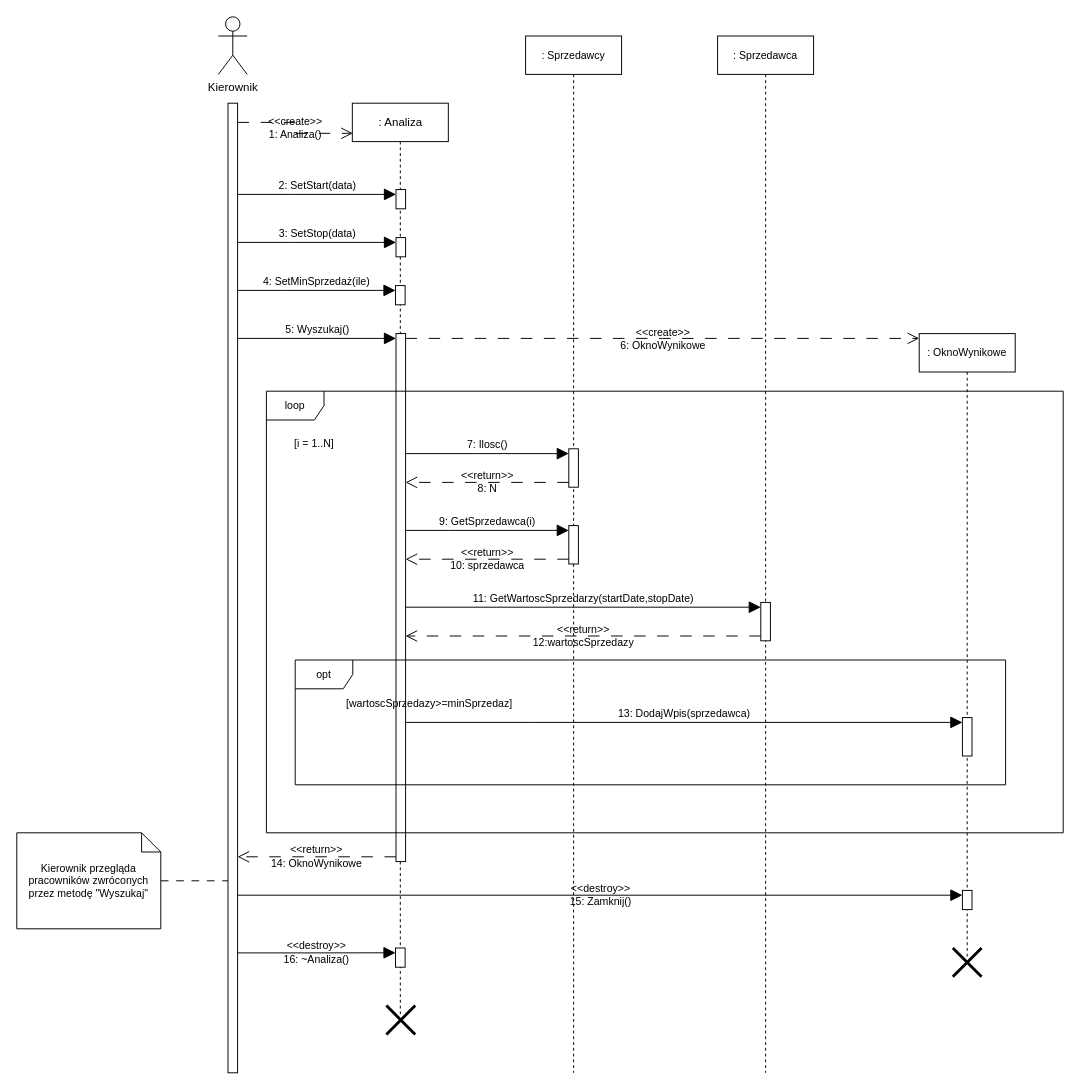
Dziecky/UML keeps this draw.io diagram as Diagram przebiegu wejściówka.drawio. Above is the earlier version. Source tidied: cells renumbered, new cells numbered last; positions are measured from the earlier drawing's top-left corner, leaving out a move shared by most shapes. Both pictures are drawn from the tidied source at 96%, with x=0, y=0 at pixel (16, 16).
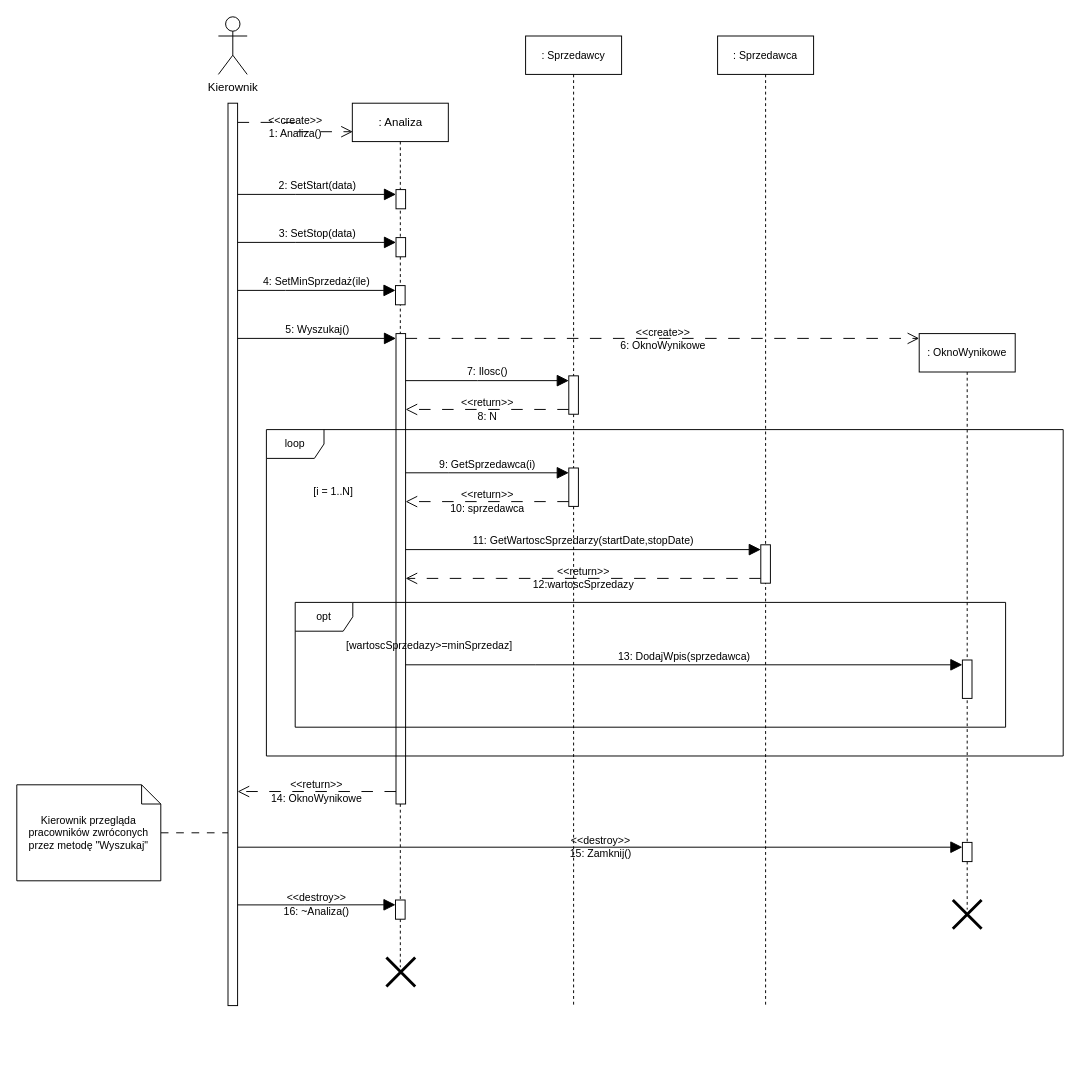
The same diagram, later.

What changed in the source:
```diff
@@
     <mxCell id="4" style="html=1;points=[[0,0,0,0,5],[0,1,0,0,-5],[1,0,0,0,5],[1,1,0,0,-5]];perimeter=orthogonalPerimeter;outlineConnect=0;targetShapes=umlLifeline;portConstraint=eastwest;newEdgeStyle={&quot;curved&quot;:0,&quot;rounded&quot;:0};" parent="1" vertex="1">
-      <mxGeometry x="220" y="90" width="10" height="1010" as="geometry" />
+      <mxGeometry x="220" y="90" width="10" height="940" as="geometry" />
     </mxCell>
     <mxCell id="5" value=": Analiza" style="shape=umlLifeline;perimeter=lifelinePerimeter;whiteSpace=wrap;html=1;outlineConnect=0;portConstraint=eastwest;newEdgeStyle={&quot;curved&quot;:0,&quot;rounded&quot;:0};" parent="1" vertex="1">
-      <mxGeometry x="349.5" y="90" width="100" height="950" as="geometry" />
+      <mxGeometry x="349.5" y="90" width="100" height="900" as="geometry" />
     </mxCell>
@@
     <mxCell id="10" style="html=1;points=[[0,0,0,0,5],[0,1,0,0,-5],[1,0,0,0,5],[1,1,0,0,-5]];perimeter=orthogonalPerimeter;outlineConnect=0;targetShapes=umlLifeline;portConstraint=eastwest;newEdgeStyle={&quot;curved&quot;:0,&quot;rounded&quot;:0};fontFamily=Helvetica;fontSize=11;fontColor=default;labelBackgroundColor=none;" parent="5" vertex="1">
-      <mxGeometry x="45.5" y="240" width="10" height="550" as="geometry" />
+      <mxGeometry x="45.5" y="240" width="10" height="490" as="geometry" />
     </mxCell>
     <mxCell id="11" style="html=1;points=[[0,0,0,0,5],[0,1,0,0,-5],[1,0,0,0,5],[1,1,0,0,-5]];perimeter=orthogonalPerimeter;outlineConnect=0;targetShapes=umlLifeline;portConstraint=eastwest;newEdgeStyle={&quot;curved&quot;:0,&quot;rounded&quot;:0};" parent="5" vertex="1">
-      <mxGeometry x="45" y="880" width="10" height="20" as="geometry" />
+      <mxGeometry x="45" y="830" width="10" height="20" as="geometry" />
     </mxCell>
@@
     <mxCell id="16" value=": Sprzedawcy" style="shape=umlLifeline;perimeter=lifelinePerimeter;whiteSpace=wrap;html=1;newEdgeStyle={&quot;curved&quot;:0,&quot;rounded&quot;:0};fontFamily=Helvetica;fontSize=11;fontColor=default;labelBackgroundColor=none;" parent="1" vertex="1">
-      <mxGeometry x="530" y="20" width="100" height="1080" as="geometry" />
+      <mxGeometry x="530" y="20" width="100" height="1010" as="geometry" />
     </mxCell>
-    <mxCell id="17" style="html=1;points=[[0,0,0,0,5],[0,1,0,0,-5],[1,0,0,0,5],[1,1,0,0,-5]];perimeter=orthogonalPerimeter;outlineConnect=0;targetShapes=umlLifeline;portConstraint=eastwest;newEdgeStyle={&quot;curved&quot;:0,&quot;rounded&quot;:0};fontFamily=Helvetica;fontSize=11;fontColor=default;labelBackgroundColor=none;" parent="16" vertex="1">
-      <mxGeometry x="45" y="430" width="10" height="40" as="geometry" />
-    </mxCell>
-    <mxCell id="18" style="html=1;points=[[0,0,0,0,5],[0,1,0,0,-5],[1,0,0,0,5],[1,1,0,0,-5]];perimeter=orthogonalPerimeter;outlineConnect=0;targetShapes=umlLifeline;portConstraint=eastwest;newEdgeStyle={&quot;curved&quot;:0,&quot;rounded&quot;:0};fontFamily=Helvetica;fontSize=11;fontColor=default;labelBackgroundColor=none;" parent="16" vertex="1">
-      <mxGeometry x="45" y="510" width="10" height="40" as="geometry" />
-    </mxCell>
-    <mxCell id="19" value="7: Ilosc()" style="edgeStyle=orthogonalEdgeStyle;curved=0;rounded=0;jettySize=auto;html=1;entryX=0;entryY=0;entryDx=0;entryDy=5;entryPerimeter=0;strokeColor=default;align=center;verticalAlign=bottom;fontFamily=Helvetica;fontSize=11;fontColor=default;labelBackgroundColor=none;endArrow=block;endFill=1;endSize=10;" parent="16" edge="1" target="17">
-      <mxGeometry relative="1" as="geometry">
-        <mxPoint x="-125" y="435" as="sourcePoint" />
-        <Array as="points">
-          <mxPoint x="-50" y="435" />
-          <mxPoint x="-50" y="435" />
-        </Array>
-      </mxGeometry>
-    </mxCell>
-    <mxCell id="20" value="&amp;lt;&amp;lt;return&amp;gt;&amp;gt;&lt;div&gt;8: N&lt;/div&gt;" style="edgeStyle=orthogonalEdgeStyle;curved=0;rounded=0;jettySize=auto;html=1;exitX=0;exitY=1;exitDx=0;exitDy=-5;exitPerimeter=0;strokeColor=default;align=center;verticalAlign=middle;fontFamily=Helvetica;fontSize=11;fontColor=default;labelBackgroundColor=none;endArrow=open;endFill=0;endSize=10;dashed=1;dashPattern=12 12;" parent="16" edge="1" source="17">
-      <mxGeometry relative="1" as="geometry">
-        <mxPoint x="-125" y="465" as="targetPoint" />
-        <Array as="points">
-          <mxPoint x="-10" y="465" />
-          <mxPoint x="-10" y="465" />
-        </Array>
-      </mxGeometry>
-    </mxCell>
-    <mxCell id="21" value="9: GetSprzedawca(i)" style="edgeStyle=orthogonalEdgeStyle;curved=0;rounded=0;jettySize=auto;html=1;entryX=0;entryY=0;entryDx=0;entryDy=5;entryPerimeter=0;strokeColor=default;align=center;verticalAlign=bottom;fontFamily=Helvetica;fontSize=11;fontColor=default;labelBackgroundColor=none;endArrow=block;endFill=1;endSize=10;" parent="16" edge="1" target="18">
-      <mxGeometry relative="1" as="geometry">
-        <mxPoint x="-125" y="515" as="sourcePoint" />
-        <Array as="points">
-          <mxPoint x="-80" y="515" />
-          <mxPoint x="-80" y="515" />
-        </Array>
-      </mxGeometry>
-    </mxCell>
     <mxCell id="22" value=": Sprzedawca" style="shape=umlLifeline;perimeter=lifelinePerimeter;whiteSpace=wrap;html=1;newEdgeStyle={&quot;curved&quot;:0,&quot;rounded&quot;:0};fontFamily=Helvetica;fontSize=11;fontColor=default;labelBackgroundColor=none;" parent="1" vertex="1">
-      <mxGeometry x="730" y="20" width="100" height="1080" as="geometry" />
+      <mxGeometry x="730" y="20" width="100" height="1010" as="geometry" />
     </mxCell>
     <mxCell id="23" value=": OknoWynikowe" style="shape=umlLifeline;perimeter=lifelinePerimeter;whiteSpace=wrap;html=1;newEdgeStyle={&quot;curved&quot;:0,&quot;rounded&quot;:0};fontFamily=Helvetica;fontSize=11;fontColor=default;labelBackgroundColor=none;" parent="1" vertex="1">
-      <mxGeometry x="940" y="330" width="100" height="650" as="geometry" />
+      <mxGeometry x="940" y="330" width="100" height="600" as="geometry" />
     </mxCell>
     <mxCell id="24" style="html=1;points=[[0,0,0,0,5],[0,1,0,0,-5],[1,0,0,0,5],[1,1,0,0,-5]];perimeter=orthogonalPerimeter;outlineConnect=0;targetShapes=umlLifeline;portConstraint=eastwest;newEdgeStyle={&quot;curved&quot;:0,&quot;rounded&quot;:0};" parent="23" vertex="1">
-      <mxGeometry x="45" y="580" width="10" height="20" as="geometry" />
+      <mxGeometry x="45" y="530" width="10" height="20" as="geometry" />
     </mxCell>
     <mxCell id="25" value="loop" style="shape=umlFrame;whiteSpace=wrap;html=1;fontFamily=Helvetica;fontSize=11;fontColor=default;labelBackgroundColor=none;" parent="1" vertex="1">
-      <mxGeometry x="260" y="390" width="830" height="460" as="geometry" />
+      <mxGeometry x="260" y="430" width="830" height="340" as="geometry" />
     </mxCell>
     <mxCell id="26" value="[i = 1..N]" style="text;strokeColor=none;align=center;fillColor=none;html=1;verticalAlign=middle;whiteSpace=wrap;rounded=0;fontFamily=Helvetica;fontSize=11;fontColor=default;labelBackgroundColor=none;" parent="1" vertex="1">
-      <mxGeometry x="280" y="430" width="60" height="30" as="geometry" />
+      <mxGeometry x="300" y="480" width="60" height="30" as="geometry" />
     </mxCell>
-    <mxCell id="27" value="&amp;lt;&amp;lt;return&amp;gt;&amp;gt;&lt;div&gt;10: sprzedawca&lt;/div&gt;" style="edgeStyle=orthogonalEdgeStyle;curved=0;rounded=0;jettySize=auto;html=1;exitX=0;exitY=1;exitDx=0;exitDy=-5;exitPerimeter=0;strokeColor=default;align=center;verticalAlign=middle;fontFamily=Helvetica;fontSize=11;fontColor=default;labelBackgroundColor=none;endArrow=open;endFill=0;endSize=10;dashed=1;dashPattern=12 12;" parent="1" edge="1" source="18" target="10">
-      <mxGeometry relative="1" as="geometry">
-        <Array as="points">
-          <mxPoint x="440" y="565" />
-          <mxPoint x="440" y="565" />
-        </Array>
-      </mxGeometry>
-    </mxCell>
-    <mxCell id="28" value="&amp;lt;&amp;lt;return&amp;gt;&amp;gt;&lt;div&gt;12:wartoscSprzedazy&lt;/div&gt;" style="edgeStyle=orthogonalEdgeStyle;curved=0;rounded=0;jettySize=auto;html=1;exitX=0;exitY=1;exitDx=0;exitDy=-5;exitPerimeter=0;strokeColor=default;align=center;verticalAlign=middle;fontFamily=Helvetica;fontSize=11;fontColor=default;labelBackgroundColor=none;endArrow=open;endFill=0;endSize=10;dashed=1;dashPattern=12 12;" parent="1" edge="1" source="29" target="10">
-      <mxGeometry relative="1" as="geometry">
-        <Array as="points">
-          <mxPoint x="500" y="645" />
-          <mxPoint x="500" y="645" />
-        </Array>
-      </mxGeometry>
-    </mxCell>
-    <mxCell id="29" style="html=1;points=[[0,0,0,0,5],[0,1,0,0,-5],[1,0,0,0,5],[1,1,0,0,-5]];perimeter=orthogonalPerimeter;outlineConnect=0;targetShapes=umlLifeline;portConstraint=eastwest;newEdgeStyle={&quot;curved&quot;:0,&quot;rounded&quot;:0};fontFamily=Helvetica;fontSize=11;fontColor=default;labelBackgroundColor=none;" parent="1" vertex="1">
-      <mxGeometry x="775" y="610" width="10" height="40" as="geometry" />
-    </mxCell>
-    <mxCell id="30" value="11: GetWartoscSprzedarzy(startDate,stopDate)" style="edgeStyle=orthogonalEdgeStyle;curved=0;rounded=0;jettySize=auto;html=1;entryX=0;entryY=0;entryDx=0;entryDy=5;entryPerimeter=0;strokeColor=default;align=center;verticalAlign=bottom;fontFamily=Helvetica;fontSize=11;fontColor=default;labelBackgroundColor=none;endArrow=block;endFill=1;endSize=10;" parent="1" edge="1" source="10" target="29">
-      <mxGeometry relative="1" as="geometry">
-        <Array as="points">
-          <mxPoint x="500" y="615" />
-          <mxPoint x="500" y="615" />
-        </Array>
-      </mxGeometry>
-    </mxCell>
     <mxCell id="31" style="html=1;points=[[0,0,0,0,5],[0,1,0,0,-5],[1,0,0,0,5],[1,1,0,0,-5]];perimeter=orthogonalPerimeter;outlineConnect=0;targetShapes=umlLifeline;portConstraint=eastwest;newEdgeStyle={&quot;curved&quot;:0,&quot;rounded&quot;:0};fontFamily=Helvetica;fontSize=11;fontColor=default;labelBackgroundColor=none;" parent="1" vertex="1">
-      <mxGeometry x="985" y="730" width="10" height="40" as="geometry" />
+      <mxGeometry x="985" y="670" width="10" height="40" as="geometry" />
     </mxCell>
     <mxCell id="32" value="opt" style="shape=umlFrame;whiteSpace=wrap;html=1;fontFamily=Helvetica;fontSize=11;fontColor=default;labelBackgroundColor=none;" parent="1" vertex="1">
-      <mxGeometry x="290" y="670" width="740" height="130" as="geometry" />
+      <mxGeometry x="290" y="610" width="740" height="130" as="geometry" />
     </mxCell>
     <mxCell id="33" value="[wartoscSprzedazy&amp;gt;=minSprzedaz]" style="text;strokeColor=none;align=center;fillColor=none;html=1;verticalAlign=middle;whiteSpace=wrap;rounded=0;fontFamily=Helvetica;fontSize=11;fontColor=default;labelBackgroundColor=none;" parent="1" vertex="1">
-      <mxGeometry x="340" y="700" width="180" height="30" as="geometry" />
+      <mxGeometry x="340" y="640" width="180" height="30" as="geometry" />
     </mxCell>
-    <mxCell id="34" value="13: DodajWpis(sprzedawca)" style="edgeStyle=orthogonalEdgeStyle;curved=0;rounded=0;jettySize=auto;html=1;entryX=0;entryY=0;entryDx=0;entryDy=5;entryPerimeter=0;strokeColor=default;align=center;verticalAlign=bottom;fontFamily=Helvetica;fontSize=11;fontColor=default;labelBackgroundColor=none;endArrow=block;endFill=1;endSize=10;" parent="1" edge="1" source="10" target="31">
+    <mxCell id="34" value="13: DodajWpis(sprzedawca)" style="edgeStyle=orthogonalEdgeStyle;curved=0;rounded=0;jettySize=auto;html=1;entryX=0;entryY=0;entryDx=0;entryDy=5;entryPerimeter=0;strokeColor=default;align=center;verticalAlign=bottom;fontFamily=Helvetica;fontSize=11;fontColor=default;labelBackgroundColor=none;endArrow=block;endFill=1;endSize=10;" parent="1" edge="1" target="31">
       <mxGeometry relative="1" as="geometry">
+        <mxPoint x="405" y="675" as="sourcePoint" />
         <Array as="points">
-          <mxPoint x="540" y="735" />
-          <mxPoint x="540" y="735" />
+          <mxPoint x="540" y="675" />
+          <mxPoint x="540" y="675" />
         </Array>
       </mxGeometry>
     </mxCell>
-    <mxCell id="35" value="&amp;lt;&amp;lt;return&amp;gt;&amp;gt;&lt;div&gt;14: OknoWynikowe&lt;/div&gt;" style="edgeStyle=orthogonalEdgeStyle;curved=0;rounded=0;jettySize=auto;html=1;exitX=0;exitY=1;exitDx=0;exitDy=-5;exitPerimeter=0;strokeColor=default;align=center;verticalAlign=middle;fontFamily=Helvetica;fontSize=11;fontColor=default;labelBackgroundColor=none;endArrow=open;endFill=0;endSize=10;dashed=1;dashPattern=12 12;" parent="1" edge="1" source="10" target="4">
+    <mxCell id="35" value="&amp;lt;&amp;lt;return&amp;gt;&amp;gt;&lt;div&gt;14: OknoWynikowe&lt;/div&gt;" style="edgeStyle=orthogonalEdgeStyle;curved=0;rounded=0;orthogonalLoop=1;jettySize=auto;html=1;exitX=0;exitY=1;exitDx=0;exitDy=-5;exitPerimeter=0;strokeColor=default;align=center;verticalAlign=middle;fontFamily=Helvetica;fontSize=11;fontColor=default;labelBackgroundColor=none;endArrow=open;endFill=0;endSize=10;dashed=1;dashPattern=12 12;" parent="1" edge="1">
       <mxGeometry relative="1" as="geometry">
+        <mxPoint x="395" y="807" as="sourcePoint" />
+        <mxPoint x="230" y="807" as="targetPoint" />
         <Array as="points">
-          <mxPoint x="310" y="875" />
-          <mxPoint x="310" y="875" />
+          <mxPoint x="310" y="807" />
+          <mxPoint x="310" y="807" />
         </Array>
       </mxGeometry>
     </mxCell>
-    <mxCell id="36" style="edgeStyle=orthogonalEdgeStyle;curved=0;rounded=0;jettySize=auto;html=1;strokeColor=default;align=center;verticalAlign=bottom;fontFamily=Helvetica;fontSize=11;fontColor=default;labelBackgroundColor=none;endArrow=none;endFill=0;endSize=10;dashed=1;dashPattern=8 8;" parent="1" edge="1" source="37" target="4">
+    <mxCell id="36" style="edgeStyle=orthogonalEdgeStyle;curved=0;rounded=0;jettySize=auto;html=1;strokeColor=default;align=center;verticalAlign=bottom;fontFamily=Helvetica;fontSize=11;fontColor=default;labelBackgroundColor=none;endArrow=none;endFill=0;endSize=10;dashed=1;dashPattern=8 8;" parent="1" edge="1" source="37">
       <mxGeometry relative="1" as="geometry">
+        <mxPoint x="220" y="850" as="targetPoint" />
         <Array as="points">
-          <mxPoint x="180" y="900" />
-          <mxPoint x="180" y="900" />
+          <mxPoint x="180" y="850" />
+          <mxPoint x="180" y="850" />
         </Array>
       </mxGeometry>
     </mxCell>
     <mxCell id="37" value="Kierownik przegląda pracowników zwróconych przez metodę &quot;Wyszukaj&quot;" style="shape=note;size=20;whiteSpace=wrap;html=1;fontFamily=Helvetica;fontSize=11;fontColor=default;labelBackgroundColor=none;" parent="1" vertex="1">
-      <mxGeometry y="850" width="150" height="100" as="geometry" />
+      <mxGeometry y="800" width="150" height="100" as="geometry" />
     </mxCell>
-    <mxCell id="38" value="&amp;lt;&amp;lt;destroy&amp;gt;&amp;gt;&lt;div&gt;15: Zamknij()&lt;/div&gt;" style="edgeStyle=orthogonalEdgeStyle;curved=0;rounded=0;jettySize=auto;html=1;entryX=0;entryY=0;entryDx=0;entryDy=5;entryPerimeter=0;strokeColor=default;align=center;verticalAlign=middle;fontFamily=Helvetica;fontSize=11;fontColor=default;labelBackgroundColor=none;endArrow=block;endFill=1;endSize=10;" parent="1" edge="1" source="4" target="24">
+    <mxCell id="38" value="&amp;lt;&amp;lt;destroy&amp;gt;&amp;gt;&lt;div&gt;15: Zamknij()&lt;/div&gt;" style="edgeStyle=orthogonalEdgeStyle;curved=0;rounded=0;jettySize=auto;html=1;entryX=0;entryY=0;entryDx=0;entryDy=5;entryPerimeter=0;strokeColor=default;align=center;verticalAlign=middle;fontFamily=Helvetica;fontSize=11;fontColor=default;labelBackgroundColor=none;endArrow=block;endFill=1;endSize=10;" parent="1" edge="1" target="24">
       <mxGeometry relative="1" as="geometry">
+        <mxPoint x="230" y="865" as="sourcePoint" />
         <Array as="points">
-          <mxPoint x="580" y="915" />
-          <mxPoint x="580" y="915" />
+          <mxPoint x="580" y="865" />
+          <mxPoint x="580" y="865" />
         </Array>
       </mxGeometry>
     </mxCell>
     <mxCell id="39" value="&amp;lt;&amp;lt;destroy&amp;gt;&amp;gt;&lt;div&gt;16: ~Analiza()&lt;/div&gt;" style="edgeStyle=orthogonalEdgeStyle;curved=0;rounded=0;jettySize=auto;html=1;entryX=0;entryY=0;entryDx=0;entryDy=5;entryPerimeter=0;strokeColor=default;align=center;verticalAlign=middle;fontFamily=Helvetica;fontSize=11;fontColor=default;labelBackgroundColor=none;endArrow=block;endFill=1;endSize=10;" parent="1" edge="1" target="11">
       <mxGeometry relative="1" as="geometry">
-        <mxPoint x="230" y="975.1" as="sourcePoint" />
+        <mxPoint x="230" y="925.1" as="sourcePoint" />
         <Array as="points">
-          <mxPoint x="300" y="975" />
-          <mxPoint x="300" y="975" />
+          <mxPoint x="300" y="925" />
+          <mxPoint x="300" y="925" />
         </Array>
       </mxGeometry>
     </mxCell>
     <mxCell id="40" style="shape=umlDestroy;whiteSpace=wrap;html=1;strokeWidth=3;targetShapes=umlLifeline;fontFamily=Helvetica;fontSize=11;fontColor=default;labelBackgroundColor=none;" parent="1" vertex="1">
-      <mxGeometry x="975" y="970" width="30" height="30" as="geometry" />
+      <mxGeometry x="975" y="920" width="30" height="30" as="geometry" />
     </mxCell>
     <mxCell id="41" style="shape=umlDestroy;whiteSpace=wrap;html=1;strokeWidth=3;targetShapes=umlLifeline;fontFamily=Helvetica;fontSize=11;fontColor=default;labelBackgroundColor=none;" parent="1" vertex="1">
-      <mxGeometry x="385" y="1030" width="30" height="30" as="geometry" />
+      <mxGeometry x="385" y="980" width="30" height="30" as="geometry" />
     </mxCell>
+    <mxCell id="17" style="html=1;points=[[0,0,0,0,5],[0,1,0,0,-5],[1,0,0,0,5],[1,1,0,0,-5]];perimeter=orthogonalPerimeter;outlineConnect=0;targetShapes=umlLifeline;portConstraint=eastwest;newEdgeStyle={&quot;curved&quot;:0,&quot;rounded&quot;:0};fontFamily=Helvetica;fontSize=11;fontColor=default;labelBackgroundColor=none;" parent="1" vertex="1">
+      <mxGeometry x="575" y="374" width="10" height="40" as="geometry" />
+    </mxCell>
+    <mxCell id="19" value="7: Ilosc()" style="edgeStyle=orthogonalEdgeStyle;curved=0;rounded=0;jettySize=auto;html=1;entryX=0;entryY=0;entryDx=0;entryDy=5;entryPerimeter=0;strokeColor=default;align=center;verticalAlign=bottom;fontFamily=Helvetica;fontSize=11;fontColor=default;labelBackgroundColor=none;endArrow=block;endFill=1;endSize=10;" parent="1" edge="1" target="17">
+      <mxGeometry relative="1" as="geometry">
+        <mxPoint x="405" y="379" as="sourcePoint" />
+        <Array as="points">
+          <mxPoint x="480" y="379" />
+          <mxPoint x="480" y="379" />
+        </Array>
+      </mxGeometry>
+    </mxCell>
+    <mxCell id="20" value="&amp;lt;&amp;lt;return&amp;gt;&amp;gt;&lt;div&gt;8: N&lt;/div&gt;" style="edgeStyle=orthogonalEdgeStyle;curved=0;rounded=0;jettySize=auto;html=1;exitX=0;exitY=1;exitDx=0;exitDy=-5;exitPerimeter=0;strokeColor=default;align=center;verticalAlign=middle;fontFamily=Helvetica;fontSize=11;fontColor=default;labelBackgroundColor=none;endArrow=open;endFill=0;endSize=10;dashed=1;dashPattern=12 12;" parent="1" edge="1" source="17">
+      <mxGeometry relative="1" as="geometry">
+        <mxPoint x="405" y="409" as="targetPoint" />
+        <Array as="points">
+          <mxPoint x="520" y="409" />
+          <mxPoint x="520" y="409" />
+        </Array>
+      </mxGeometry>
+    </mxCell>
+    <mxCell id="18" style="html=1;points=[[0,0,0,0,5],[0,1,0,0,-5],[1,0,0,0,5],[1,1,0,0,-5]];perimeter=orthogonalPerimeter;outlineConnect=0;targetShapes=umlLifeline;portConstraint=eastwest;newEdgeStyle={&quot;curved&quot;:0,&quot;rounded&quot;:0};fontFamily=Helvetica;fontSize=11;fontColor=default;labelBackgroundColor=none;" parent="1" vertex="1">
+      <mxGeometry x="575" y="470" width="10" height="40" as="geometry" />
+    </mxCell>
+    <mxCell id="21" value="9: GetSprzedawca(i)" style="edgeStyle=orthogonalEdgeStyle;curved=0;rounded=0;jettySize=auto;html=1;entryX=0;entryY=0;entryDx=0;entryDy=5;entryPerimeter=0;strokeColor=default;align=center;verticalAlign=bottom;fontFamily=Helvetica;fontSize=11;fontColor=default;labelBackgroundColor=none;endArrow=block;endFill=1;endSize=10;" parent="1" edge="1" target="18">
+      <mxGeometry relative="1" as="geometry">
+        <mxPoint x="405" y="475" as="sourcePoint" />
+        <Array as="points">
+          <mxPoint x="450" y="475" />
+          <mxPoint x="450" y="475" />
+        </Array>
+      </mxGeometry>
+    </mxCell>
+    <mxCell id="27" value="&amp;lt;&amp;lt;return&amp;gt;&amp;gt;&lt;div&gt;10: sprzedawca&lt;/div&gt;" style="edgeStyle=orthogonalEdgeStyle;curved=0;rounded=0;jettySize=auto;html=1;exitX=0;exitY=1;exitDx=0;exitDy=-5;exitPerimeter=0;strokeColor=default;align=center;verticalAlign=middle;fontFamily=Helvetica;fontSize=11;fontColor=default;labelBackgroundColor=none;endArrow=open;endFill=0;endSize=10;dashed=1;dashPattern=12 12;" parent="1" edge="1" source="18">
+      <mxGeometry relative="1" as="geometry">
+        <mxPoint x="405" y="505" as="targetPoint" />
+        <Array as="points">
+          <mxPoint x="440" y="505" />
+          <mxPoint x="440" y="505" />
+        </Array>
+      </mxGeometry>
+    </mxCell>
+    <mxCell id="28" value="&amp;lt;&amp;lt;return&amp;gt;&amp;gt;&lt;div&gt;12:wartoscSprzedazy&lt;/div&gt;" style="edgeStyle=orthogonalEdgeStyle;curved=0;rounded=0;jettySize=auto;html=1;exitX=0;exitY=1;exitDx=0;exitDy=-5;exitPerimeter=0;strokeColor=default;align=center;verticalAlign=middle;fontFamily=Helvetica;fontSize=11;fontColor=default;labelBackgroundColor=none;endArrow=open;endFill=0;endSize=10;dashed=1;dashPattern=12 12;" parent="1" edge="1" source="29">
+      <mxGeometry relative="1" as="geometry">
+        <mxPoint x="405" y="585" as="targetPoint" />
+        <Array as="points">
+          <mxPoint x="500" y="585" />
+          <mxPoint x="500" y="585" />
+        </Array>
+      </mxGeometry>
+    </mxCell>
+    <mxCell id="29" style="html=1;points=[[0,0,0,0,5],[0,1,0,0,-5],[1,0,0,0,5],[1,1,0,0,-5]];perimeter=orthogonalPerimeter;outlineConnect=0;targetShapes=umlLifeline;portConstraint=eastwest;newEdgeStyle={&quot;curved&quot;:0,&quot;rounded&quot;:0};fontFamily=Helvetica;fontSize=11;fontColor=default;labelBackgroundColor=none;" parent="1" vertex="1">
+      <mxGeometry x="775" y="550" width="10" height="40" as="geometry" />
+    </mxCell>
+    <mxCell id="30" value="11: GetWartoscSprzedarzy(startDate,stopDate)" style="edgeStyle=orthogonalEdgeStyle;curved=0;rounded=0;jettySize=auto;html=1;entryX=0;entryY=0;entryDx=0;entryDy=5;entryPerimeter=0;strokeColor=default;align=center;verticalAlign=bottom;fontFamily=Helvetica;fontSize=11;fontColor=default;labelBackgroundColor=none;endArrow=block;endFill=1;endSize=10;" parent="1" edge="1" target="29">
+      <mxGeometry relative="1" as="geometry">
+        <mxPoint x="405" y="555" as="sourcePoint" />
+        <Array as="points">
+          <mxPoint x="500" y="555" />
+          <mxPoint x="500" y="555" />
+        </Array>
+      </mxGeometry>
+    </mxCell>
```
